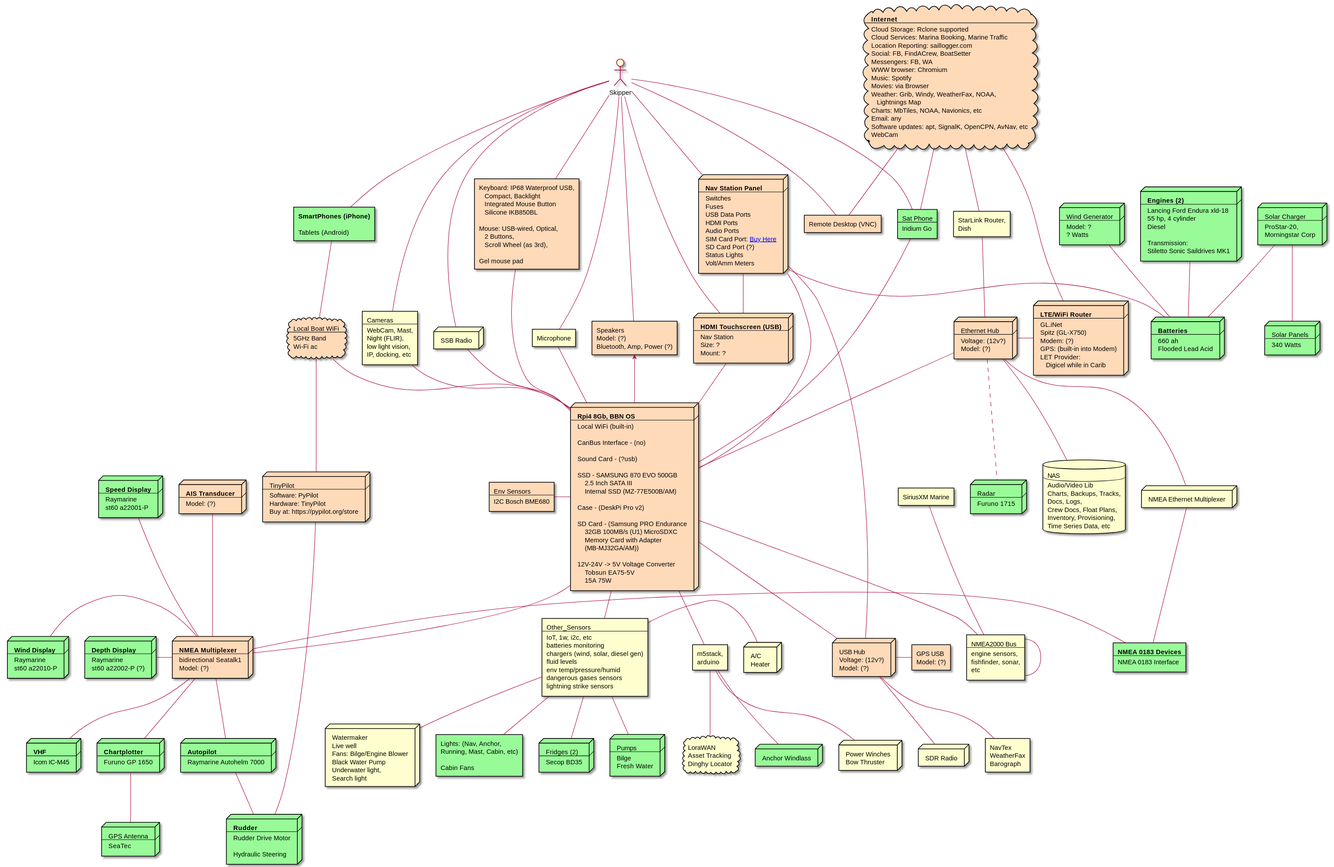
Above: docs/images/alcazar-system-arch.svg in SY-Alcazar/SY-Alcazar (PlantUML), before the change.
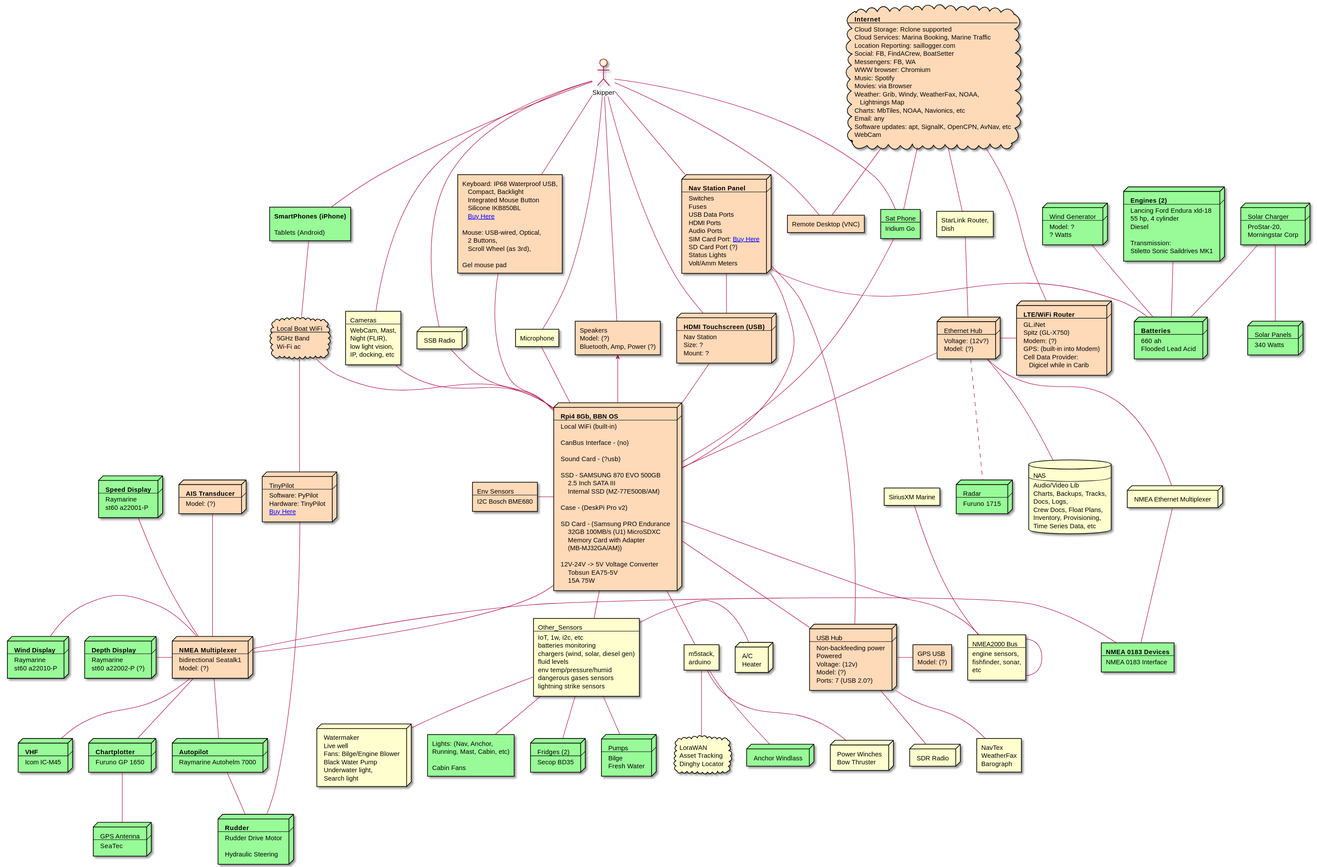
After the change.

Commit message:
alcazar system arch

Change to the diagram source:
```diff
@@ -90,7 +90,7 @@
  ---
  Software: PyPilot
  Hardware: TinyPilot
- Buy at: https://pypilot.org/store
+ [[https://pypilot.org/store Buy Here]]
 ]
 
 node VHF #palegreen [
@@ -120,8 +120,12 @@
 
 node USB_Hub #peachpuff [
  USB Hub
- Voltage: (12v?)
+ ----
+ Non-backfeeding power
+ Powered
+ Voltage: (12v)
  Model: (?)
+ Ports: 7 (USB 2.0?)
 ]
 
 node Router #peachpuff [
@@ -131,7 +135,7 @@
  Spitz (GL-X750)
  Modem: (?)
  GPS: (built-in into Modem)
- LET Provider:
+ Cell Data Provider:
     Digicel while in Carib
 ]
 
@@ -249,6 +253,7 @@
     Compact, Backlight
     Integrated Mouse Button
     Silicone IKB850BL
+    [[https://www.amazon.com/dp/B010EJDYB8/ Buy Here]]
 
  Mouse: USB-wired, Optical,
     2 Buttons,
```
